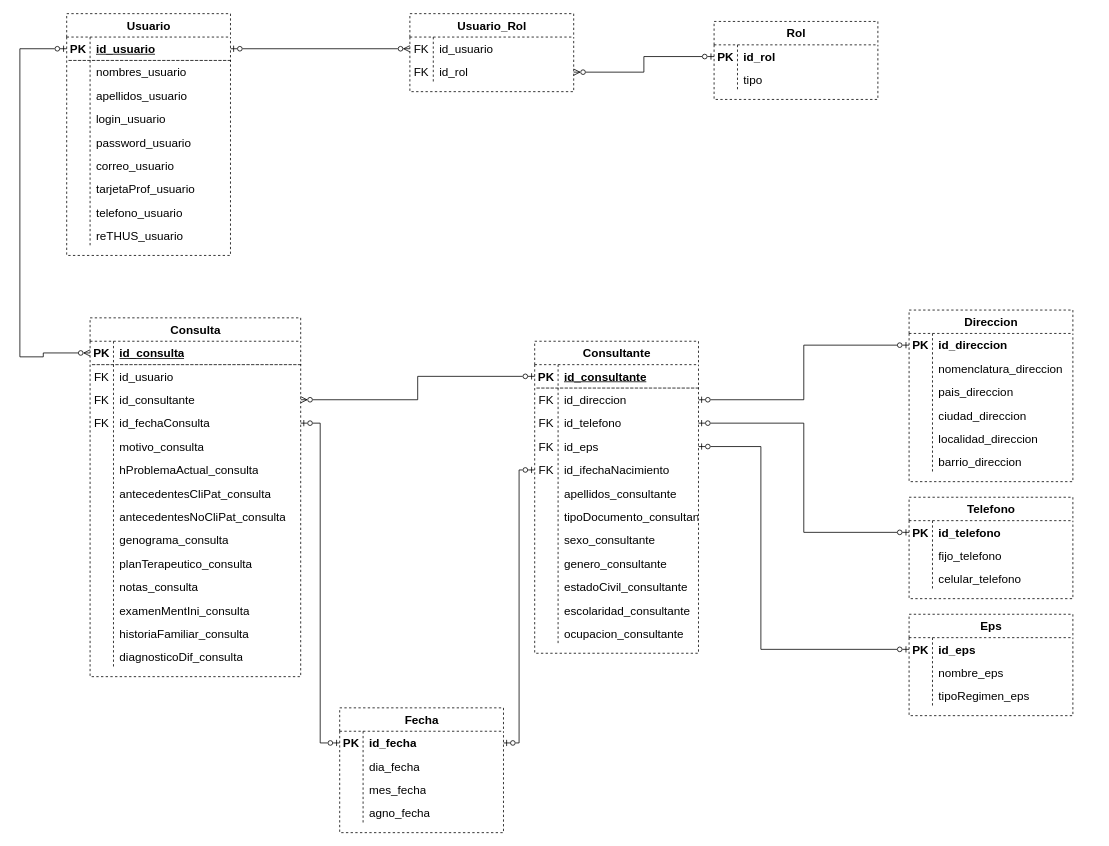
The draw.io diagram page "Diagrama relacional" (1 of 5) of Diagramas/Untitled Diagram.drawio in mjfernandezc/Diagramas, before the edit. Source tidied: cells renumbered, new cells numbered last; positions are measured from the earlier drawing's top-left corner, leaving out a move shared by most shapes. Both pictures are drawn from the tidied source at 78%, with x=0, y=0 at pixel (20, 13).
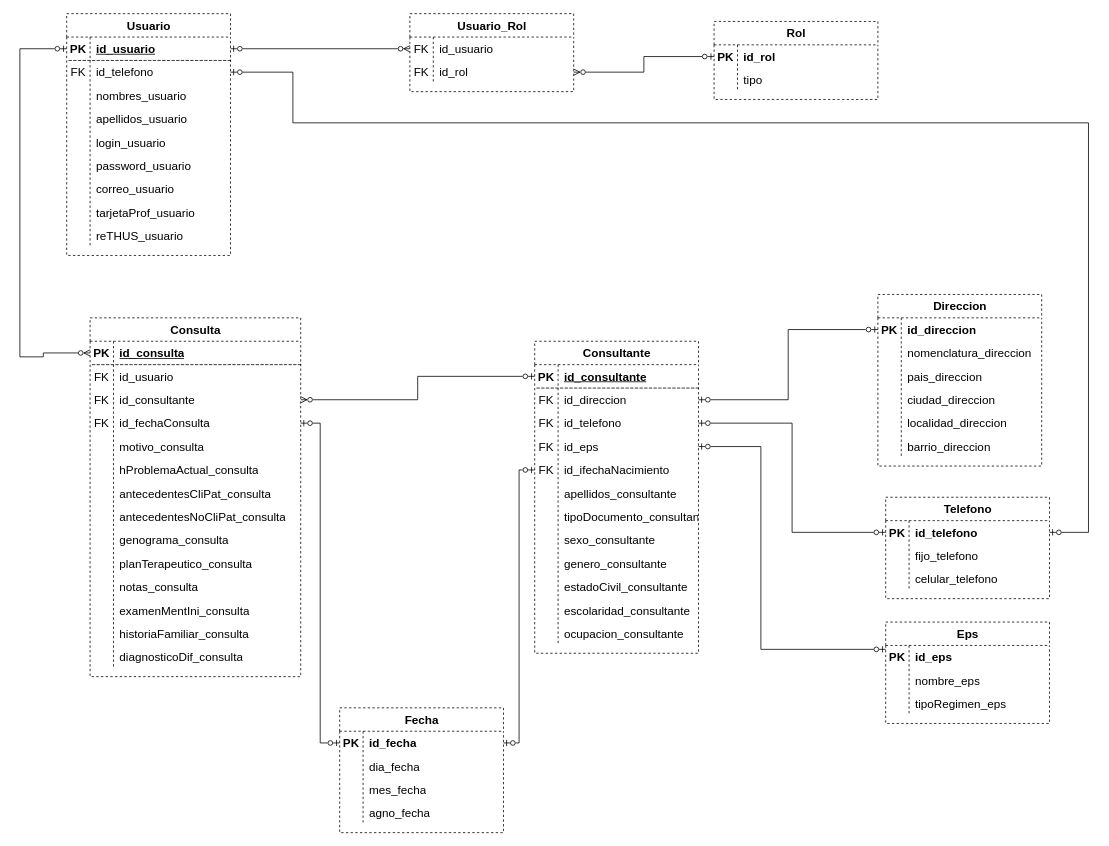
Above is the later version.

Unchanged cells that the change refers to:
```xml
<mxCell id="2" value="Usuario" style="shape=table;startSize=30;childLayout=tableLayout;rowLines=0;fontStyle=1;align=center;dashed=1;fontSize=15;html=1;" parent="1" vertex="1">
  <mxGeometry x="60" width="210" height="310" as="geometry" />
</mxCell>
<mxCell id="148" style="shape=tableRow;horizontal=0;startSize=0;swimlaneHead=0;swimlaneBody=0;fillColor=none;points=[[0,0.5],[1,0.5]];portConstraint=eastwest;top=0;left=0;right=0;bottom=0;dashed=1;fontSize=15;html=1;" parent="147" vertex="1">
  <mxGeometry y="30" width="210" height="30" as="geometry" />
</mxCell>
```

The edit, as a diff of the source:
```diff
@@
+    <mxCell id="24" style="shape=tableRow;horizontal=0;startSize=0;swimlaneHead=0;swimlaneBody=0;fillColor=none;points=[[0,0.5],[1,0.5]];portConstraint=eastwest;top=0;left=0;right=0;bottom=0;dashed=1;fontSize=15;html=1;" parent="2" vertex="1">
+      <mxGeometry y="60" width="210" height="30" as="geometry" />
+    </mxCell>
+    <mxCell id="25" value="FK" style="shape=partialRectangle;fillColor=none;top=0;left=0;bottom=0;right=0;overflow=hidden;dashed=1;fontSize=15;html=1;" parent="24" vertex="1">
+      <mxGeometry width="30" height="30" as="geometry" />
+    </mxCell>
+    <mxCell id="26" value="id_telefono" style="shape=partialRectangle;fillColor=none;top=0;left=0;bottom=0;right=0;align=left;spacingLeft=6;overflow=hidden;dashed=1;fontSize=15;html=1;" parent="24" vertex="1">
+      <mxGeometry x="30" width="180" height="30" as="geometry" />
+    </mxCell>
     <mxCell id="6" style="shape=tableRow;horizontal=0;startSize=0;swimlaneHead=0;swimlaneBody=0;fillColor=none;top=0;left=0;right=0;bottom=0;dashed=1;fontSize=15;html=1;" parent="2" vertex="1">
-      <mxGeometry y="60" width="210" height="30" as="geometry" />
+      <mxGeometry y="90" width="210" height="30" as="geometry" />
     </mxCell>
@@
     <mxCell id="9" style="shape=tableRow;horizontal=0;startSize=0;swimlaneHead=0;swimlaneBody=0;fillColor=none;top=0;left=0;right=0;bottom=0;dashed=1;fontSize=15;html=1;" parent="2" vertex="1">
-      <mxGeometry y="90" width="210" height="30" as="geometry" />
+      <mxGeometry y="120" width="210" height="30" as="geometry" />
     </mxCell>
@@
     <mxCell id="12" style="shape=tableRow;horizontal=0;startSize=0;swimlaneHead=0;swimlaneBody=0;fillColor=none;top=0;left=0;right=0;bottom=0;dashed=1;fontSize=15;html=1;" parent="2" vertex="1">
-      <mxGeometry y="120" width="210" height="30" as="geometry" />
+      <mxGeometry y="150" width="210" height="30" as="geometry" />
     </mxCell>
@@
     <mxCell id="15" style="shape=tableRow;horizontal=0;startSize=0;swimlaneHead=0;swimlaneBody=0;fillColor=none;top=0;left=0;right=0;bottom=0;dashed=1;fontSize=15;html=1;" parent="2" vertex="1">
-      <mxGeometry y="150" width="210" height="30" as="geometry" />
+      <mxGeometry y="180" width="210" height="30" as="geometry" />
     </mxCell>
@@
     <mxCell id="18" style="shape=tableRow;horizontal=0;startSize=0;swimlaneHead=0;swimlaneBody=0;fillColor=none;top=0;left=0;right=0;bottom=0;dashed=1;fontSize=15;html=1;" parent="2" vertex="1">
-      <mxGeometry y="180" width="210" height="30" as="geometry" />
+      <mxGeometry y="210" width="210" height="30" as="geometry" />
     </mxCell>
@@
     <mxCell id="21" style="shape=tableRow;horizontal=0;startSize=0;swimlaneHead=0;swimlaneBody=0;fillColor=none;top=0;left=0;right=0;bottom=0;dashed=1;fontSize=15;html=1;" parent="2" vertex="1">
-      <mxGeometry y="210" width="210" height="30" as="geometry" />
+      <mxGeometry y="240" width="210" height="30" as="geometry" />
     </mxCell>
@@
-    <mxCell id="24" style="shape=tableRow;horizontal=0;startSize=0;swimlaneHead=0;swimlaneBody=0;fillColor=none;points=[[0,0.5],[1,0.5]];portConstraint=eastwest;top=0;left=0;right=0;bottom=0;dashed=1;fontSize=15;html=1;" parent="2" vertex="1">
-      <mxGeometry y="240" width="210" height="30" as="geometry" />
-    </mxCell>
-    <mxCell id="25" style="shape=partialRectangle;fillColor=none;top=0;left=0;bottom=0;right=0;overflow=hidden;dashed=1;fontSize=15;html=1;" parent="24" vertex="1">
-      <mxGeometry width="30" height="30" as="geometry" />
-    </mxCell>
-    <mxCell id="26" value="telefono_usuario" style="shape=partialRectangle;fillColor=none;top=0;left=0;bottom=0;right=0;align=left;spacingLeft=6;overflow=hidden;dashed=1;fontSize=15;html=1;" parent="24" vertex="1">
-      <mxGeometry x="30" width="180" height="30" as="geometry" />
-    </mxCell>
@@
     <mxCell id="128" value="Direccion" style="shape=table;startSize=30;childLayout=tableLayout;rowLines=0;fontStyle=1;align=center;dashed=1;fontSize=15;html=1;" parent="1" vertex="1">
-      <mxGeometry x="1140" y="380" width="210" height="220" as="geometry" />
+      <mxGeometry x="1100" y="360" width="210" height="220" as="geometry" />
     </mxCell>
@@
     <mxCell id="147" value="Telefono" style="shape=table;startSize=30;childLayout=tableLayout;rowLines=0;fontStyle=1;align=center;dashed=1;fontSize=15;html=1;" parent="1" vertex="1">
-      <mxGeometry x="1140" y="620" width="210" height="130" as="geometry" />
+      <mxGeometry x="1110" y="620" width="210" height="130" as="geometry" />
     </mxCell>
@@
     <mxCell id="157" value="Eps" style="shape=table;startSize=30;childLayout=tableLayout;rowLines=0;fontStyle=1;align=center;dashed=1;fontSize=15;html=1;" parent="1" vertex="1">
-      <mxGeometry x="1140" y="770" width="210" height="130" as="geometry" />
+      <mxGeometry x="1110" y="780" width="210" height="130" as="geometry" />
     </mxCell>
@@
+    <mxCell id="187" style="edgeStyle=orthogonalEdgeStyle;rounded=0;jettySize=auto;html=1;fontSize=15;endArrow=ERzeroToOne;endFill=0;startArrow=ERzeroToOne;startFill=0;entryX=1;entryY=0.5;entryDx=0;entryDy=0;exitX=1;exitY=0.5;exitDx=0;exitDy=0;" parent="1" edge="1" source="24" target="148">
+      <mxGeometry relative="1" as="geometry">
+        <Array as="points">
+          <mxPoint x="350" y="75" />
+          <mxPoint x="350" y="140" />
+          <mxPoint x="1370" y="140" />
+          <mxPoint x="1370" y="665" />
+        </Array>
+      </mxGeometry>
+    </mxCell>
```
